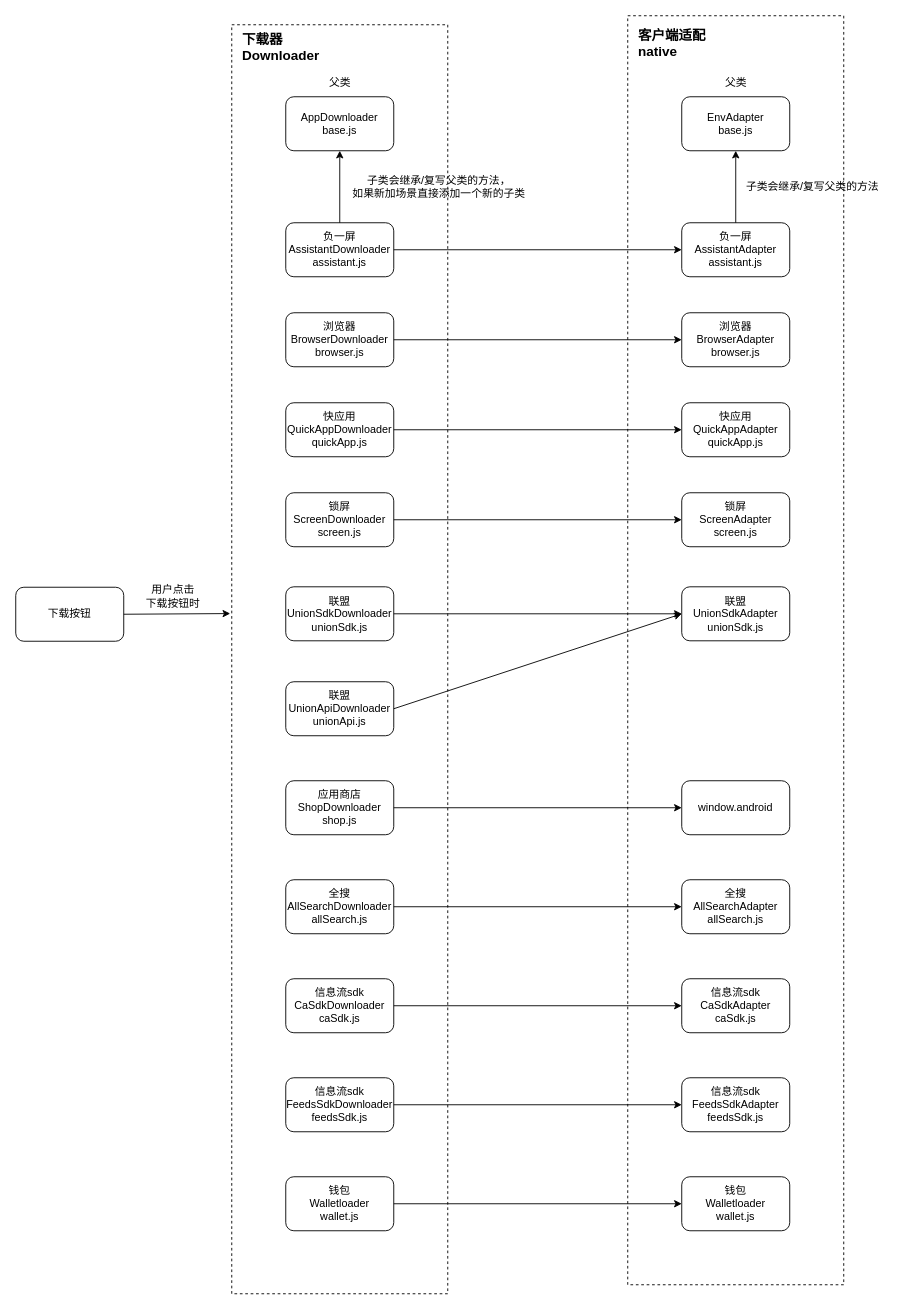
Hantron/jira keeps this draw.io diagram as 下载能力.drawio. Above is the earlier version. Source tidied: cells renumbered, new cells numbered last; positions are measured from the earlier drawing's top-left corner, leaving out a move shared by most shapes. Both pictures are drawn from the tidied source at 90%, with x=0, y=0 at pixel (15, 15).
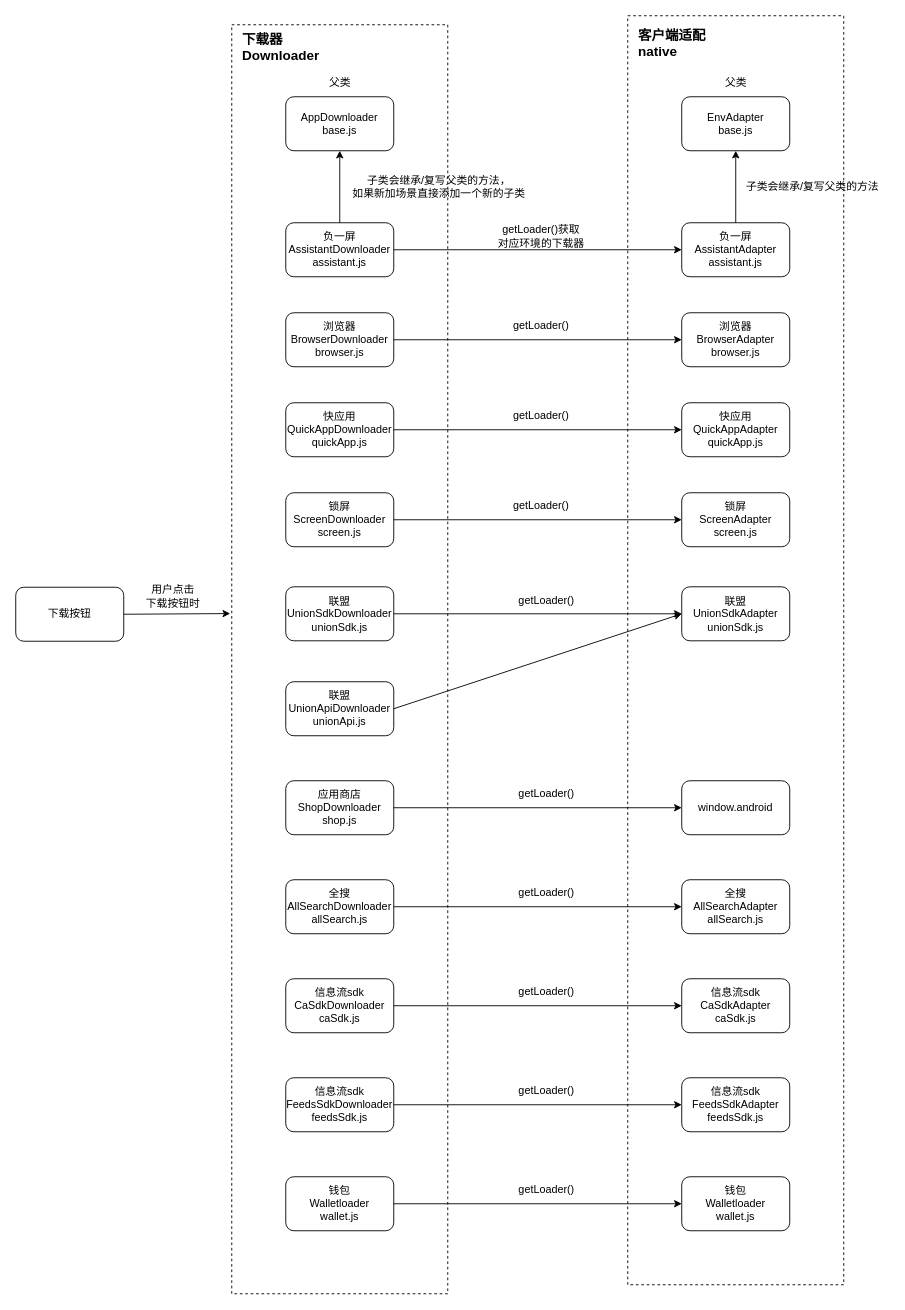
The same diagram, later.

Commit message (it also covers changes not shown here):
更新下载能力.drawio

The change refers to these unchanged cells:
```xml
<mxCell id="9" value="快应用&lt;br&gt;QuickAppDownloader&lt;br&gt;quickApp.js" style="rounded=1;whiteSpace=wrap;html=1;" parent="1" vertex="1">
  <mxGeometry x="300" y="430" width="120" height="60" as="geometry" />
</mxCell>
<mxCell id="10" value="锁屏&lt;br&gt;ScreenDownloader&lt;br&gt;screen.js" style="rounded=1;whiteSpace=wrap;html=1;" parent="1" vertex="1">
  <mxGeometry x="300" y="530" width="120" height="60" as="geometry" />
</mxCell>
<mxCell id="23" value="快应用&lt;br&gt;QuickAppAdapter&lt;br&gt;quickApp.js" style="rounded=1;whiteSpace=wrap;html=1;" parent="1" vertex="1">
  <mxGeometry x="740" y="430" width="120" height="60" as="geometry" />
</mxCell>
<mxCell id="24" value="锁屏&lt;br&gt;ScreenAdapter&lt;br&gt;screen.js" style="rounded=1;whiteSpace=wrap;html=1;" parent="1" vertex="1">
  <mxGeometry x="740" y="530" width="120" height="60" as="geometry" />
</mxCell>
```

The edit, as a diff of the source:
```diff
@@
-    <mxCell id="40" style="endArrow=classic;html=1;rounded=0;exitX=1;exitY=0.5;exitDx=0;exitDy=0;entryX=0;entryY=0.5;entryDx=0;entryDy=0;" parent="1" edge="1" source="9" target="23">
-      <mxGeometry relative="1" as="geometry" />
-    </mxCell>
-    <mxCell id="41" style="endArrow=classic;html=1;rounded=0;exitX=1;exitY=0.5;exitDx=0;exitDy=0;entryX=0;entryY=0.5;entryDx=0;entryDy=0;" parent="1" edge="1" source="10" target="24">
-      <mxGeometry relative="1" as="geometry" />
-    </mxCell>
@@
+    <mxCell id="49" value="getLoader()获取对应环境的下载器" style="text;html=1;strokeColor=none;fillColor=none;align=center;verticalAlign=middle;whiteSpace=wrap;rounded=0;" parent="1" vertex="1">
+      <mxGeometry x="534" y="230" width="100" height="30" as="geometry" />
+    </mxCell>
+    <mxCell id="50" value="getLoader()" style="text;html=1;strokeColor=none;fillColor=none;align=center;verticalAlign=middle;whiteSpace=wrap;rounded=0;" parent="1" vertex="1">
+      <mxGeometry x="534" y="330" width="100" height="30" as="geometry" />
+    </mxCell>
+    <mxCell id="40" style="endArrow=classic;html=1;rounded=0;exitX=1;exitY=0.5;exitDx=0;exitDy=0;entryX=0;entryY=0.5;entryDx=0;entryDy=0;" parent="1" edge="1" source="9" target="23">
+      <mxGeometry relative="1" as="geometry" />
+    </mxCell>
+    <mxCell id="51" value="getLoader()" style="text;html=1;strokeColor=none;fillColor=none;align=center;verticalAlign=middle;whiteSpace=wrap;rounded=0;" parent="1" vertex="1">
+      <mxGeometry x="534" y="430" width="100" height="30" as="geometry" />
+    </mxCell>
+    <mxCell id="41" style="endArrow=classic;html=1;rounded=0;exitX=1;exitY=0.5;exitDx=0;exitDy=0;entryX=0;entryY=0.5;entryDx=0;entryDy=0;" parent="1" edge="1" source="10" target="24">
+      <mxGeometry relative="1" as="geometry" />
+    </mxCell>
+    <mxCell id="52" value="getLoader()" style="text;html=1;strokeColor=none;fillColor=none;align=center;verticalAlign=middle;whiteSpace=wrap;rounded=0;" parent="1" vertex="1">
+      <mxGeometry x="534" y="530" width="100" height="30" as="geometry" />
+    </mxCell>
+    <mxCell id="53" value="getLoader()" style="text;html=1;strokeColor=none;fillColor=none;align=center;verticalAlign=middle;whiteSpace=wrap;rounded=0;" parent="1" vertex="1">
+      <mxGeometry x="540" y="635" width="100" height="30" as="geometry" />
+    </mxCell>
+    <mxCell id="54" value="getLoader()" style="text;html=1;strokeColor=none;fillColor=none;align=center;verticalAlign=middle;whiteSpace=wrap;rounded=0;" parent="1" vertex="1">
+      <mxGeometry x="540" y="850" width="100" height="30" as="geometry" />
+    </mxCell>
+    <mxCell id="55" value="getLoader()" style="text;html=1;strokeColor=none;fillColor=none;align=center;verticalAlign=middle;whiteSpace=wrap;rounded=0;" parent="1" vertex="1">
+      <mxGeometry x="540" y="960" width="100" height="30" as="geometry" />
+    </mxCell>
+    <mxCell id="56" value="getLoader()" style="text;html=1;strokeColor=none;fillColor=none;align=center;verticalAlign=middle;whiteSpace=wrap;rounded=0;" parent="1" vertex="1">
+      <mxGeometry x="540" y="1070" width="100" height="30" as="geometry" />
+    </mxCell>
+    <mxCell id="57" value="getLoader()" style="text;html=1;strokeColor=none;fillColor=none;align=center;verticalAlign=middle;whiteSpace=wrap;rounded=0;" parent="1" vertex="1">
+      <mxGeometry x="540" y="1180" width="100" height="30" as="geometry" />
+    </mxCell>
+    <mxCell id="58" value="getLoader()" style="text;html=1;strokeColor=none;fillColor=none;align=center;verticalAlign=middle;whiteSpace=wrap;rounded=0;" parent="1" vertex="1">
+      <mxGeometry x="540" y="1290" width="100" height="30" as="geometry" />
+    </mxCell>
```
